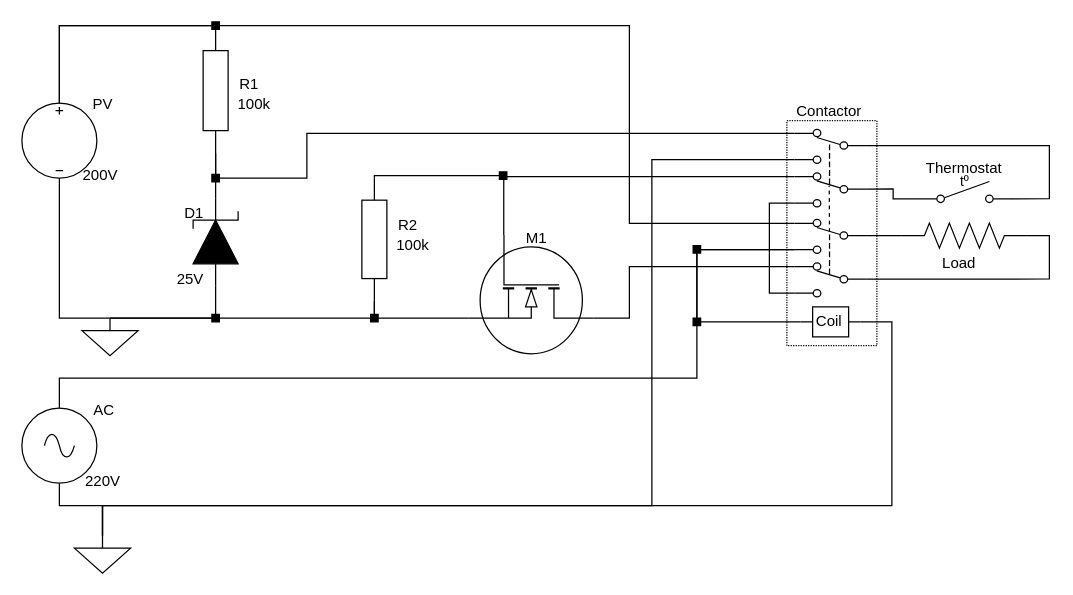
Before: Preliminary design schematic.drawio in Corlieus/FYP, a draw.io diagram. Source tidied: cells renumbered, new cells numbered last; positions are measured from the earlier drawing's top-left corner, leaving out a move shared by most shapes. Both pictures are drawn from the tidied source at 125%, with x=0, y=0 at pixel (21, 21).
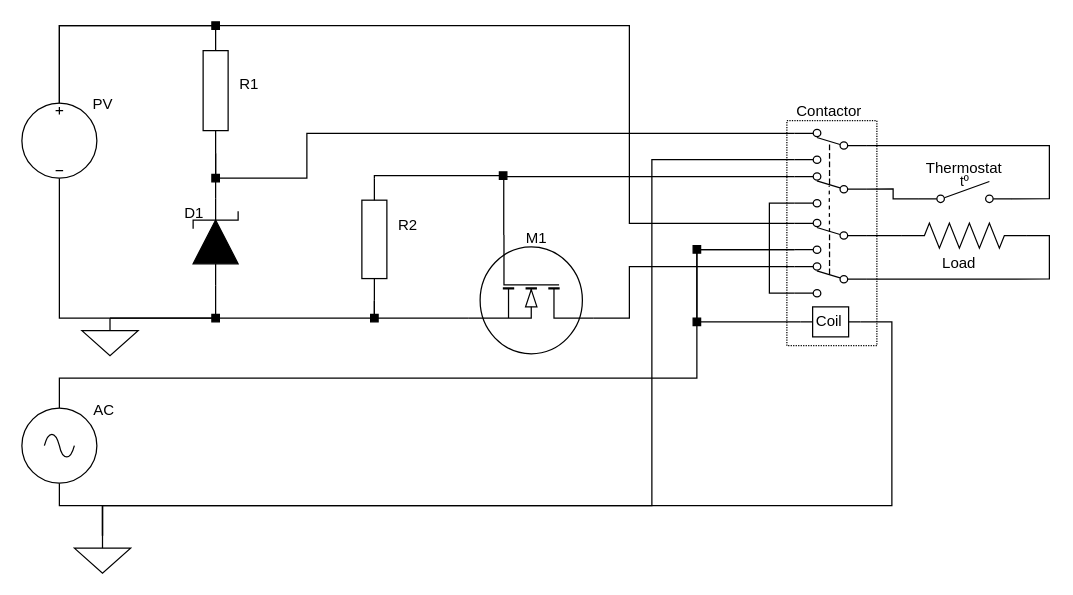
After the change.

Diff of the diagram source:
```diff
@@
-    <mxCell id="44" value="200V" style="text;html=1;strokeColor=none;fillColor=none;align=center;verticalAlign=middle;whiteSpace=wrap;rounded=0;" parent="1" vertex="1">
-      <mxGeometry x="33" y="108" width="60" height="30" as="geometry" />
-    </mxCell>
@@
-    <mxCell id="46" value="100k" style="text;html=1;strokeColor=none;fillColor=none;align=center;verticalAlign=middle;whiteSpace=wrap;rounded=0;" parent="1" vertex="1">
-      <mxGeometry x="156" y="51" width="60" height="30" as="geometry" />
-    </mxCell>
@@
-    <mxCell id="48" value="25V" style="text;html=1;strokeColor=none;fillColor=none;align=center;verticalAlign=middle;whiteSpace=wrap;rounded=0;" parent="1" vertex="1">
-      <mxGeometry x="105" y="195" width="60" height="21" as="geometry" />
-    </mxCell>
@@
-    <mxCell id="55" value="100k" style="text;html=1;strokeColor=none;fillColor=none;align=center;verticalAlign=middle;whiteSpace=wrap;rounded=0;" parent="1" vertex="1">
-      <mxGeometry x="283" y="164" width="60" height="30" as="geometry" />
-    </mxCell>
@@
-    <mxCell id="57" value="220V" style="text;html=1;strokeColor=none;fillColor=none;align=center;verticalAlign=middle;whiteSpace=wrap;rounded=0;" parent="1" vertex="1">
-      <mxGeometry x="34.5" y="352.5" width="60" height="30" as="geometry" />
-    </mxCell>
```
